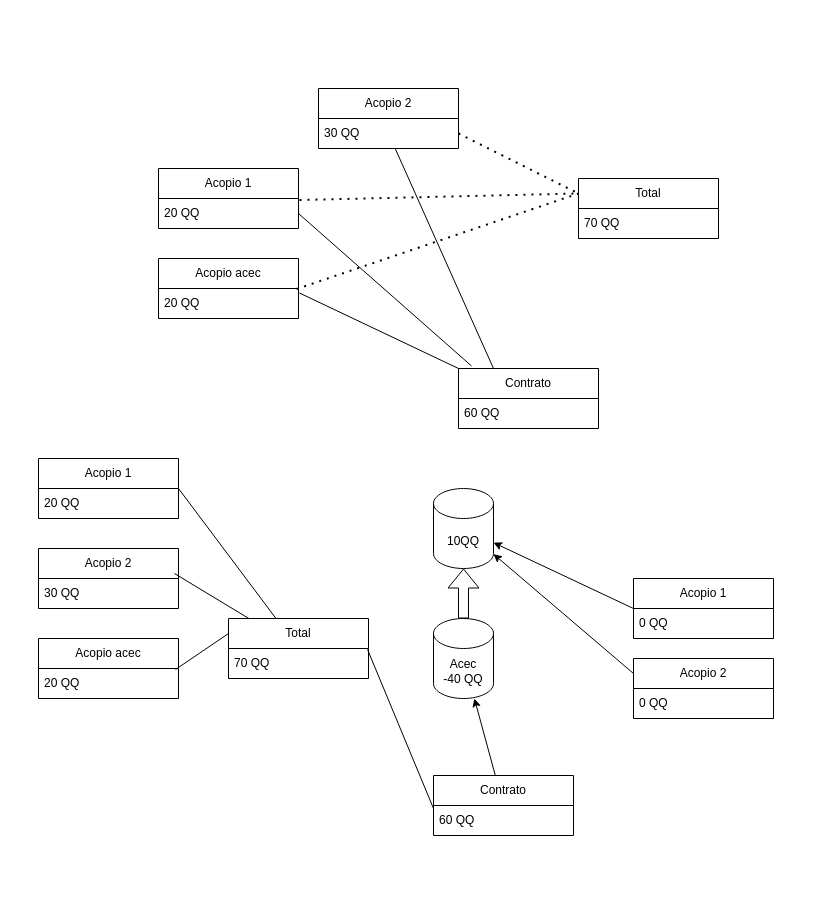
Above: acec.drawio in JaviKo500/motocycle_model (draw.io), before the change. Source tidied: cells renumbered, new cells numbered last; positions are measured from the earlier drawing's top-left corner, leaving out a move shared by most shapes. Both pictures are drawn from the tidied source at 100%, with x=0, y=0 at pixel (38, 88).
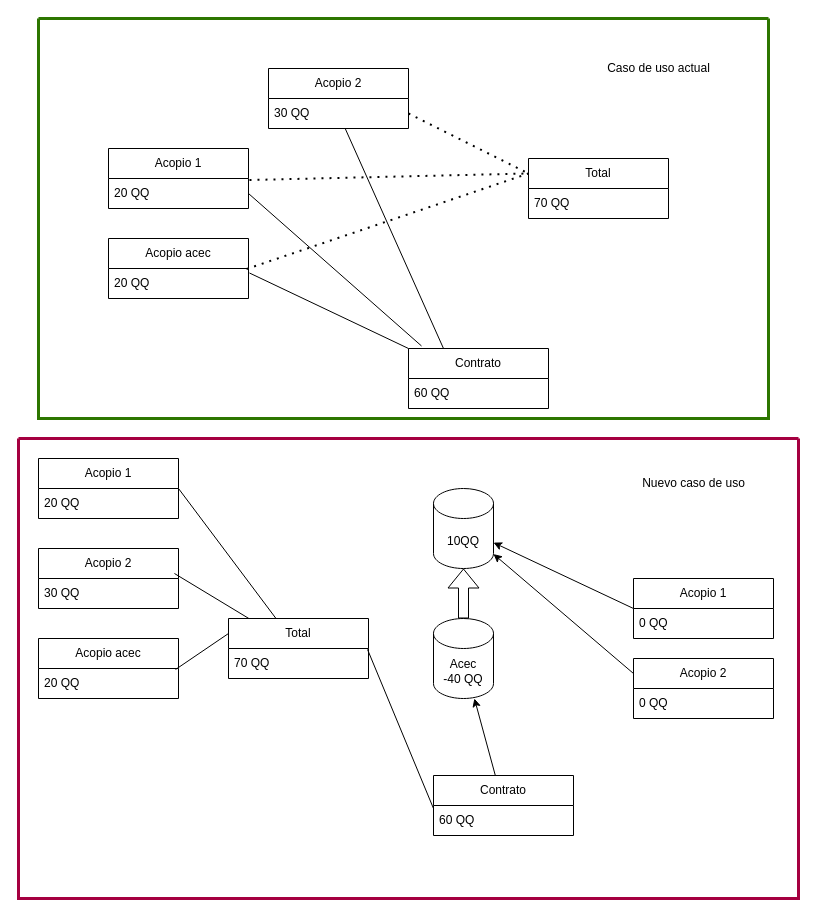
The same page after the edit.

Commit message:
check colors

What changed in the source:
```diff
@@
     <mxCell id="2" value="Acopio 1" style="swimlane;fontStyle=0;horizontal=1;startSize=30;whiteSpace=wrap;html=1;" parent="1" vertex="1">
-      <mxGeometry x="120" y="80" width="140" height="60" as="geometry" />
+      <mxGeometry x="70" y="60" width="140" height="60" as="geometry" />
     </mxCell>
@@
     <mxCell id="4" value="Acopio 2" style="swimlane;fontStyle=0;horizontal=1;startSize=30;whiteSpace=wrap;html=1;" parent="1" vertex="1">
-      <mxGeometry x="280" width="140" height="60" as="geometry" />
+      <mxGeometry x="230" y="-20" width="140" height="60" as="geometry" />
     </mxCell>
@@
     <mxCell id="6" value="Acopio acec" style="swimlane;fontStyle=0;horizontal=1;startSize=30;whiteSpace=wrap;html=1;" parent="1" vertex="1">
-      <mxGeometry x="120" y="170" width="140" height="60" as="geometry" />
+      <mxGeometry x="70" y="150" width="140" height="60" as="geometry" />
     </mxCell>
@@
     <mxCell id="8" value="Total&lt;br&gt;" style="swimlane;fontStyle=0;horizontal=1;startSize=30;whiteSpace=wrap;html=1;" parent="1" vertex="1">
-      <mxGeometry x="540" y="90" width="140" height="60" as="geometry" />
+      <mxGeometry x="490" y="70" width="140" height="60" as="geometry" />
     </mxCell>
@@
     <mxCell id="10" value="Contrato" style="swimlane;fontStyle=0;horizontal=1;startSize=30;whiteSpace=wrap;html=1;" parent="1" vertex="1">
-      <mxGeometry x="420" y="280" width="140" height="60" as="geometry" />
+      <mxGeometry x="370" y="260" width="140" height="60" as="geometry" />
     </mxCell>
@@
+    <mxCell id="42" style="swimlane;startSize=0;fillColor=#60a917;fontColor=#ffffff;strokeColor=#2D7600;strokeWidth=3;" parent="1" vertex="1">
+      <mxGeometry y="-70" width="730" height="400" as="geometry" />
+    </mxCell>
+    <mxCell id="43" value="Caso de uso actual" style="text;html=1;align=center;verticalAlign=middle;strokeColor=none;fillColor=none;" parent="1" vertex="1">
+      <mxGeometry x="555" y="-35" width="130" height="30" as="geometry" />
+    </mxCell>
+    <mxCell id="44" style="swimlane;startSize=0;shadow=0;strokeWidth=3;fillColor=#d80073;fontColor=#ffffff;strokeColor=#A50040;" parent="1" vertex="1">
+      <mxGeometry x="-20" y="350" width="780" height="460" as="geometry" />
+    </mxCell>
+    <mxCell id="45" value="Nuevo caso de uso" style="text;html=1;align=center;verticalAlign=middle;strokeColor=none;fillColor=none;shadow=0;strokeWidth=3;" parent="44" vertex="1">
+      <mxGeometry x="610" y="30" width="130" height="30" as="geometry" />
+    </mxCell>
```
